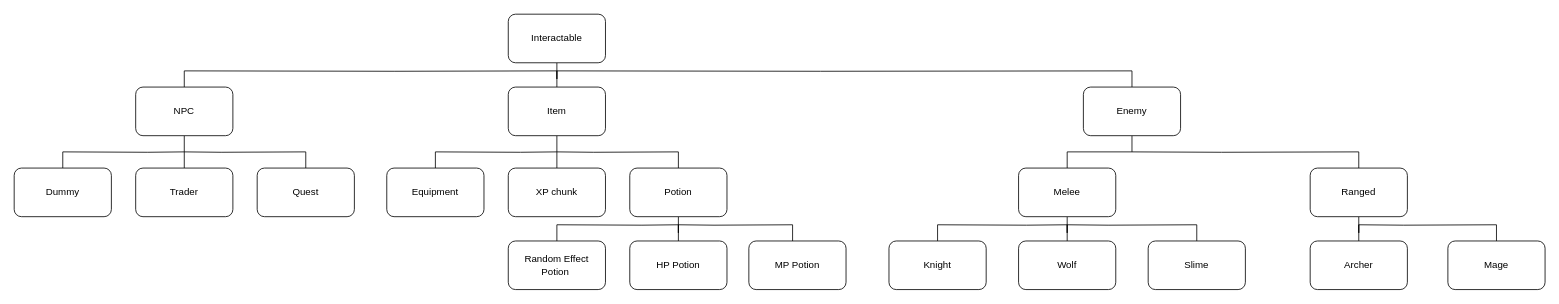
Before: 2/2.drawio in IvvIM/unity_uni, a draw.io diagram. Source tidied: cells renumbered, new cells numbered last; positions are measured from the earlier drawing's top-left corner, leaving out a move shared by most shapes. Both pictures are drawn from the tidied source at 81%, with x=0, y=0 at pixel (14, 14).
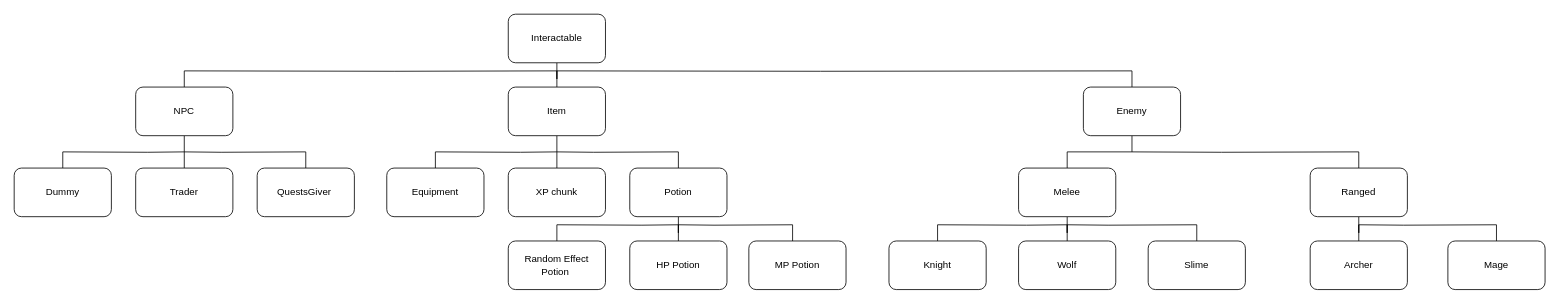
The same diagram, later.

Diff of the diagram source:
```diff
@@
-    <mxCell id="19" value="Quest" style="rounded=1;whiteSpace=wrap;html=1;" parent="1" vertex="1">
+    <mxCell id="19" value="QuestsGiver&amp;nbsp;" style="rounded=1;whiteSpace=wrap;html=1;" parent="1" vertex="1">
       <mxGeometry x="300" y="190" width="120" height="60" as="geometry" />
     </mxCell>
```
